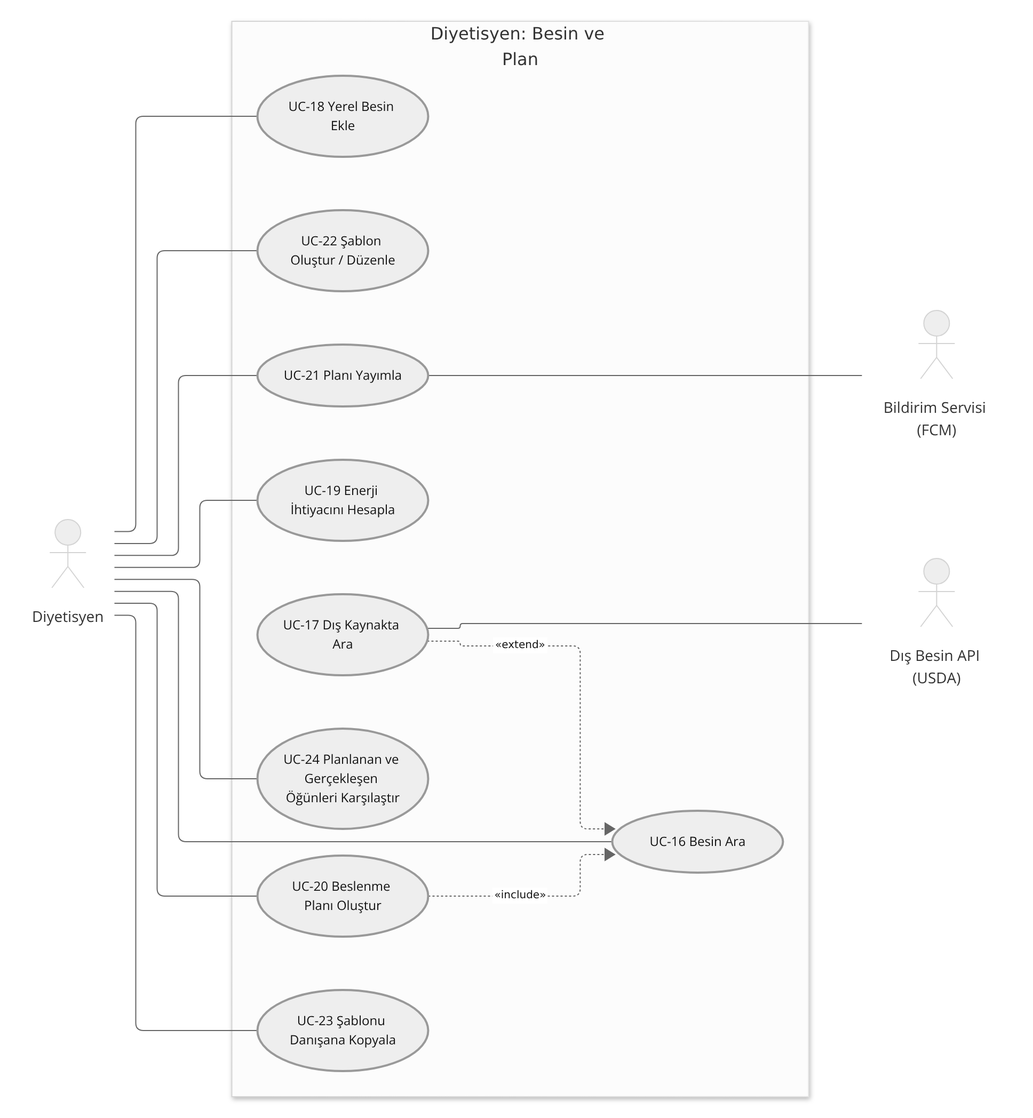
Emmet47/diyetisyen-danisan-takip-sistemi keeps this Mermaid diagram as docs/uml/png/uc-3-besin-plan.png. Above is the earlier version. Its source is kept beside it as docs/uml/uc-3-besin-plan.mmd.
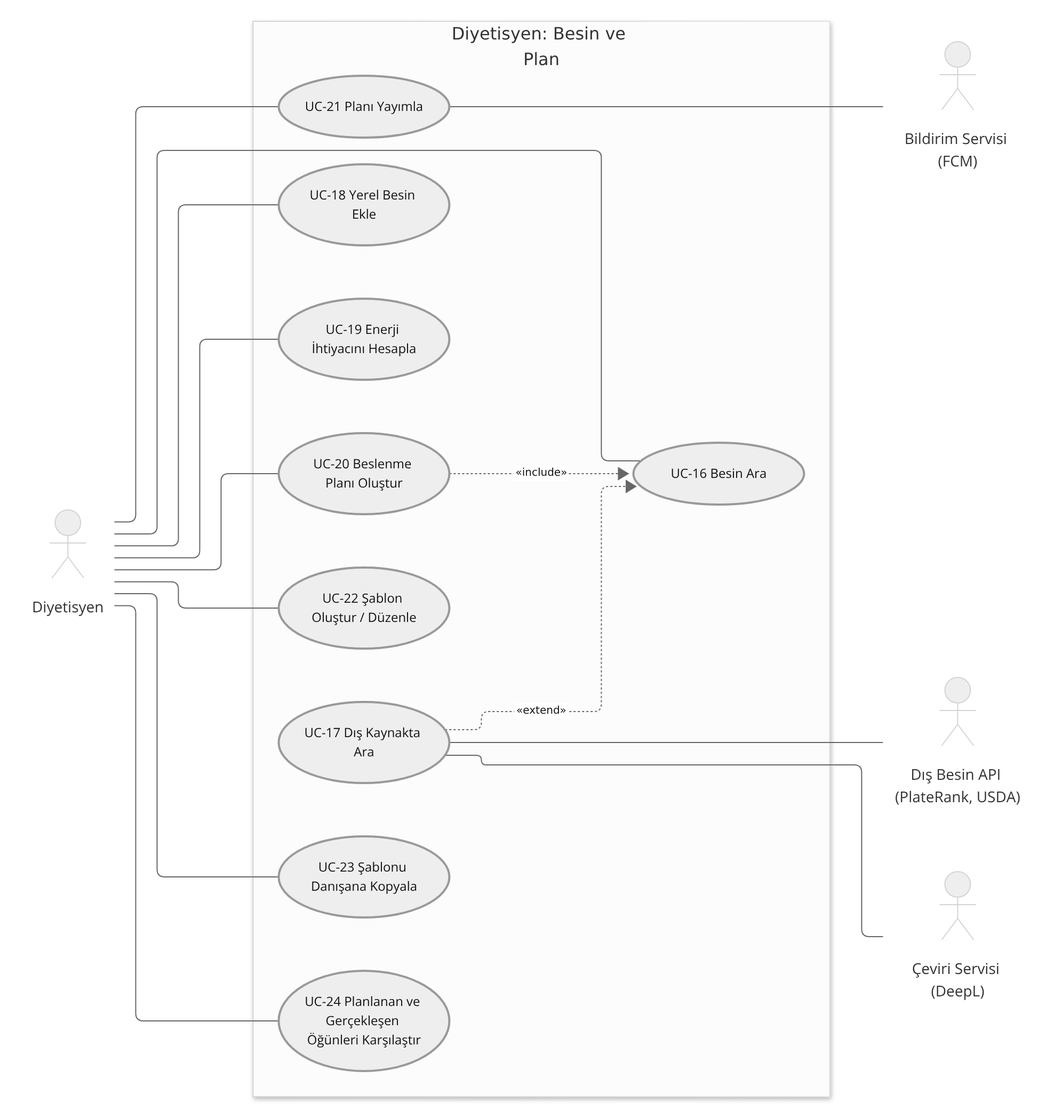
After the change.

What changed in the source:
```diff
@@ -1,7 +1,8 @@
 usecase-beta
 direction LR
 actor Diyetisyen("Diyetisyen")
-actor DisApi("Dış Besin API (USDA)")
+actor DisApi("Dış Besin API (PlateRank, USDA)")
+actor Ceviri("Çeviri Servisi (DeepL)")
 actor Bildirim("Bildirim Servisi (FCM)")
 systemBoundary DDTS["Diyetisyen: Besin ve Plan"]
   UC16("UC-16 Besin Ara")
@@ -25,4 +26,5 @@
 UC17 ..>:extend UC16
 UC20 ..>:include UC16
 UC17 -- DisApi
+UC17 -- Ceviri
 UC21 -- Bildirim
```
